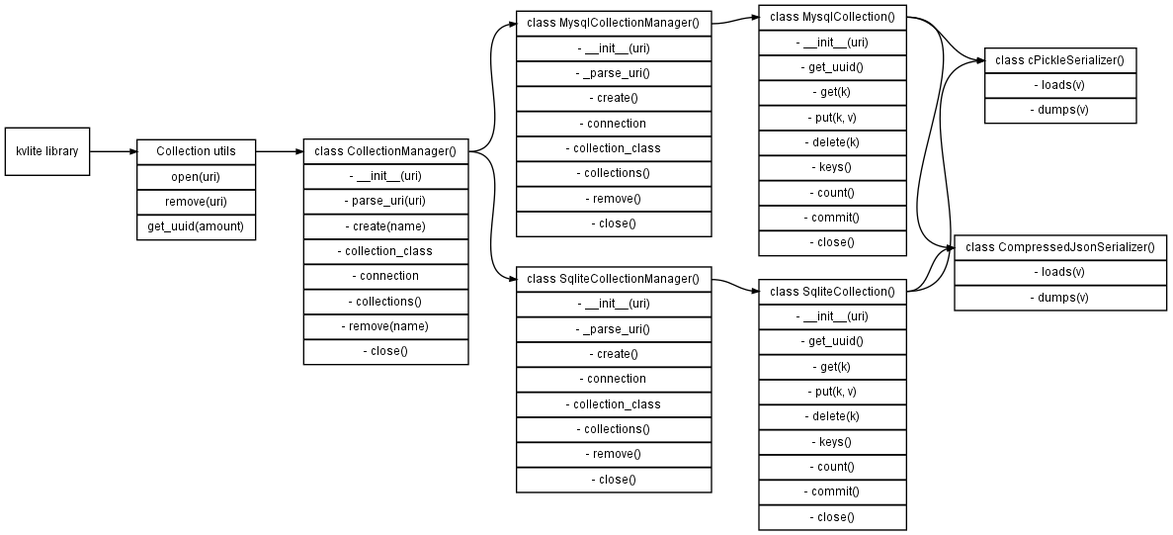
This is docs/kvlite.png from ownport/kvlite, a Graphviz export, as it was before one commit. Its source is kept beside it as docs/kvlite.gv.
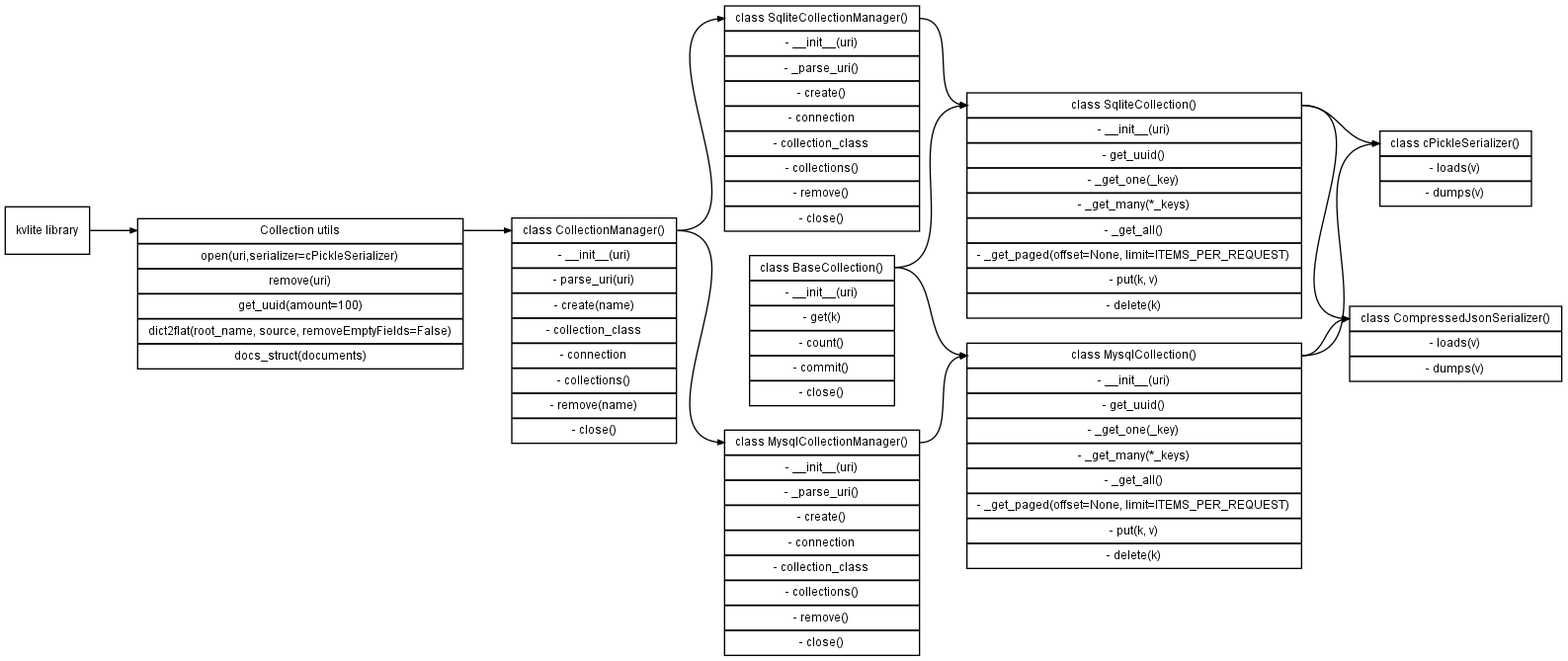
The same diagram one commit later.

The edit, as a diff of the source:
```diff
@@ -8,9 +8,11 @@
     kvlite          [label="<top>       kvlite library"];
 
     CollectionUtils [label="<top>       Collection utils |\
-                            <open>          open(uri) |\
+                            <open>          open(uri,serializer=cPickleSerializer) |\
                             <remove>        remove(uri) |\
-                            <get_uuid>      get_uuid(amount)"];
+                            <get_uuid>      get_uuid(amount=100) |\
+                            <dict2flat>     dict2flat(root_name, source, removeEmptyFields=False) |\
+                            <docs_struct>   docs_struct(documents)"];
 
     CollectionManager[label="<top>      class CollectionManager() |\
                              <init>         - __init__(uri) |\
@@ -35,7 +37,7 @@
 
     SqliteCollectionManager [
                     label="<top>        class SqliteCollectionManager() |\
-                           <init>         - __init__(uri) |\
+                           <init>           - __init__(uri) |\
                            <parse_uri>      - _parse_uri() |\
                            <create>         - create() |\
                            <connection>     - connection |\
@@ -44,28 +46,34 @@
                            <remove>         - remove() |\
                            <close>          - close()"];
 
+    BaseCollection [
+                    label="<top>       class BaseCollection() |\
+                           <init>           - __init__(uri) |\
+                           <get>            - get(k) |\
+                           <count>          - count() |\
+                           <commit>         - commit() |\
+                           <close>          - close()"];
+
     MysqlCollection [label="<top>       class MysqlCollection() |\
                          <init>             - __init__(uri) |\
                          <get_uuid>         - get_uuid() |\
-                         <get>              - get(k) |\
+                         <_get_one>         - _get_one(_key) |\
+                         <_get_many>        - _get_many(*_keys) |\
+                         <_get_all>         - _get_all() |\
+                         <_get_paged>       - _get_paged(offset=None, limit=ITEMS_PER_REQUEST) |\
                          <put>              - put(k, v) |\
-                         <delete>           - delete(k) |\
-                         <keys>             - keys() |\
-                         <count>            - count() |\
-                         <commit>           - commit() |\
-                         <close>            - close()"];
+                         <delete>           - delete(k)"];
 
     SqliteCollection [
                     label="<top>        class SqliteCollection() |\
                          <init>             - __init__(uri) |\
                          <get_uuid>         - get_uuid() |\
-                         <get>              - get(k) |\
+                         <_get_one>         - _get_one(_key) |\
+                         <_get_many>        - _get_many(*_keys) |\
+                         <_get_all>         - _get_all() |\
+                         <_get_paged>       - _get_paged(offset=None, limit=ITEMS_PER_REQUEST) |\
                          <put>              - put(k, v) |\
-                         <delete>           - delete(k) |\
-                         <keys>             - keys() |\
-                         <count>            - count() |\
-                         <commit>           - commit() |\
-                         <close>            - close()"];
+                         <delete>           - delete(k)"];
 
     cPickleSerializer [
                     label="<top>        class cPickleSerializer() |\
@@ -84,6 +92,8 @@
     CollectionManager:top -> SqliteCollectionManager:top;
     MysqlCollectionManager:top -> MysqlCollection:top;
     SqliteCollectionManager:top -> SqliteCollection:top;
+    BaseCollection:top -> MysqlCollection:top;
+    BaseCollection:top -> SqliteCollection:top;
 
     MysqlCollection:top -> cPickleSerializer:top;
     MysqlCollection:top -> CompressedJsonSerializer:top;
```
